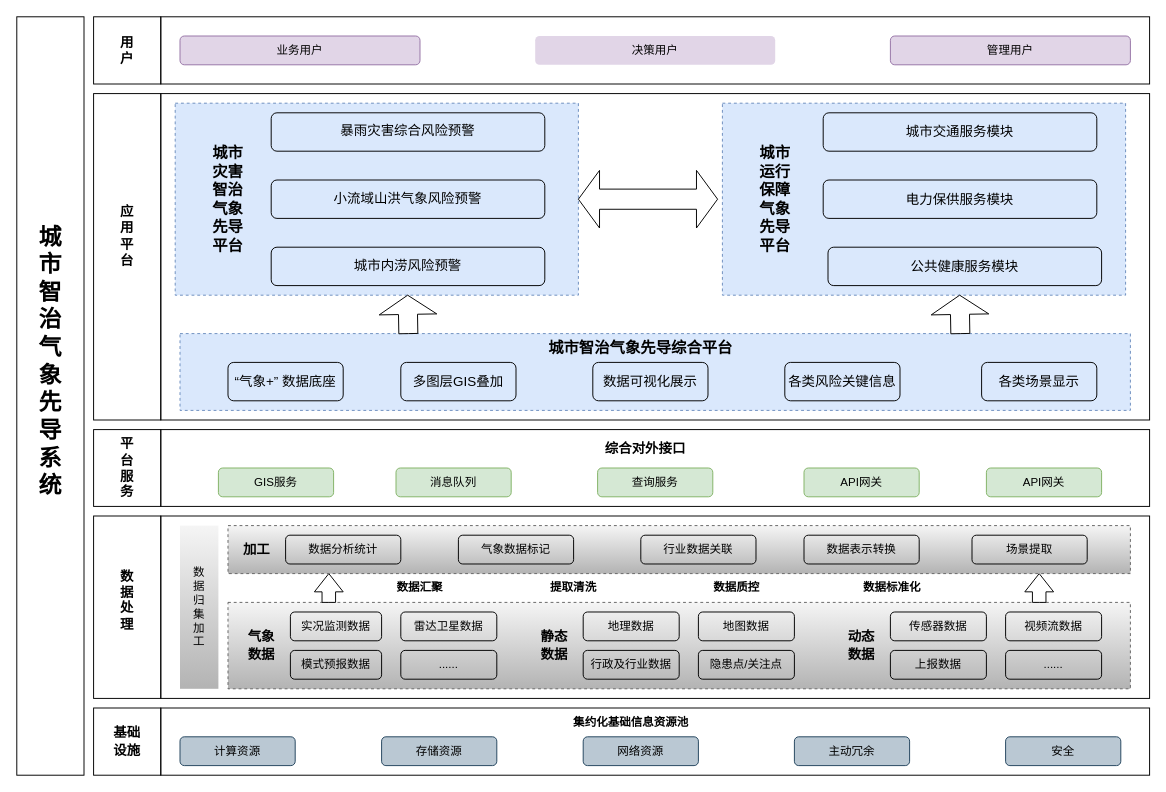
Before: 未命名绘图.drawio in fourmia/Note, a draw.io diagram. Source tidied: cells renumbered, new cells numbered last; positions are measured from the earlier drawing's top-left corner, leaving out a move shared by most shapes. Both pictures are drawn from the tidied source at 96%, with x=0, y=0 at pixel (16, 16).
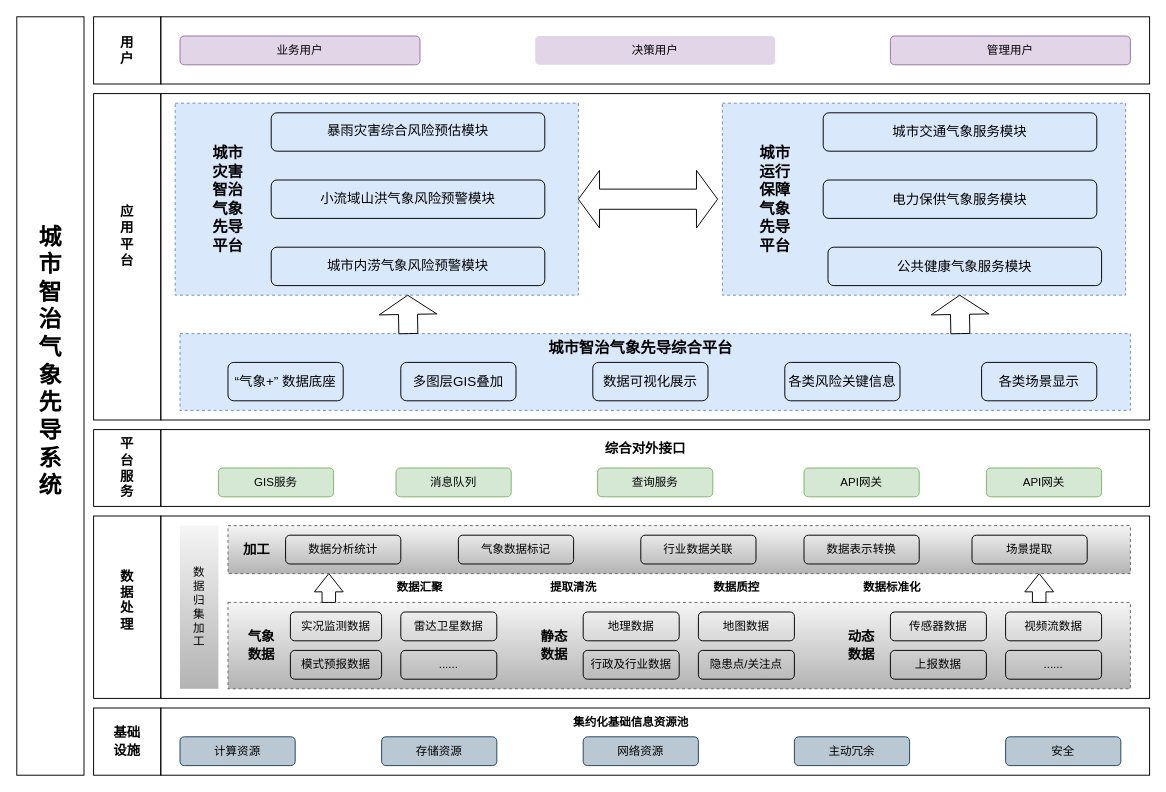
The same page after the edit.

Commit message:
更新气象先导系统drawio

Diff of the diagram source:
```diff
@@
-    <mxCell id="60" value="&lt;font style=&quot;font-size: 14px;&quot; face=&quot;Times New Roman&quot;&gt;暴雨灾害综合风险预警&lt;/font&gt;" style="rounded=1;whiteSpace=wrap;html=1;fillColor=none;" parent="1" vertex="1">
+    <mxCell id="60" value="&lt;font style=&quot;font-size: 14px;&quot; face=&quot;Times New Roman&quot;&gt;暴雨灾害综合风险预估&lt;/font&gt;&lt;span style=&quot;font-size: 14px; font-family: &amp;quot;Times New Roman&amp;quot;; background-color: initial;&quot;&gt;模块&lt;/span&gt;" style="rounded=1;whiteSpace=wrap;html=1;fillColor=none;" parent="1" vertex="1">
       <mxGeometry x="265" y="100" width="285" height="40" as="geometry" />
     </mxCell>
-    <mxCell id="61" value="&lt;font style=&quot;font-size: 14px;&quot; face=&quot;Times New Roman&quot;&gt;城市内涝风险预警&lt;/font&gt;" style="rounded=1;whiteSpace=wrap;html=1;fillColor=none;" parent="1" vertex="1">
+    <mxCell id="61" value="&lt;font style=&quot;font-size: 14px;&quot; face=&quot;Times New Roman&quot;&gt;城市内涝气象风险预警模块&lt;/font&gt;" style="rounded=1;whiteSpace=wrap;html=1;fillColor=none;" parent="1" vertex="1">
       <mxGeometry x="265" y="240" width="285" height="40" as="geometry" />
     </mxCell>
-    <mxCell id="62" value="&lt;font style=&quot;font-size: 14px;&quot; face=&quot;Times New Roman&quot;&gt;小流域山洪气象风险预警&lt;/font&gt;" style="rounded=1;whiteSpace=wrap;html=1;fillColor=none;" parent="1" vertex="1">
+    <mxCell id="62" value="&lt;font style=&quot;font-size: 14px;&quot; face=&quot;Times New Roman&quot;&gt;小流域山洪气象风险预警模块&lt;/font&gt;" style="rounded=1;whiteSpace=wrap;html=1;fillColor=none;" parent="1" vertex="1">
       <mxGeometry x="265" y="170" width="285" height="40" as="geometry" />
     </mxCell>
-    <mxCell id="63" value="&lt;font style=&quot;font-size: 14px;&quot;&gt;城市交通服务模块&lt;/font&gt;" style="rounded=1;whiteSpace=wrap;html=1;fillColor=none;" parent="1" vertex="1">
+    <mxCell id="63" value="&lt;font style=&quot;font-size: 14px;&quot;&gt;城市交通气象服务模块&lt;/font&gt;" style="rounded=1;whiteSpace=wrap;html=1;fillColor=none;" parent="1" vertex="1">
       <mxGeometry x="840" y="100" width="285" height="40" as="geometry" />
     </mxCell>
-    <mxCell id="64" value="&lt;font style=&quot;font-size: 14px;&quot;&gt;电力保供服务模块&lt;/font&gt;" style="rounded=1;whiteSpace=wrap;html=1;fillColor=none;" parent="1" vertex="1">
+    <mxCell id="64" value="&lt;font style=&quot;font-size: 14px;&quot;&gt;电力保供气象服务模块&lt;/font&gt;" style="rounded=1;whiteSpace=wrap;html=1;fillColor=none;" parent="1" vertex="1">
       <mxGeometry x="840" y="170" width="285" height="40" as="geometry" />
     </mxCell>
-    <mxCell id="65" value="&lt;font style=&quot;font-size: 14px;&quot;&gt;公共健康服务模块&lt;/font&gt;" style="rounded=1;whiteSpace=wrap;html=1;fillColor=none;" parent="1" vertex="1">
+    <mxCell id="65" value="&lt;font style=&quot;font-size: 14px;&quot;&gt;公共健康气象服务模块&lt;/font&gt;" style="rounded=1;whiteSpace=wrap;html=1;fillColor=none;" parent="1" vertex="1">
       <mxGeometry x="845" y="240" width="285" height="40" as="geometry" />
     </mxCell>
```
